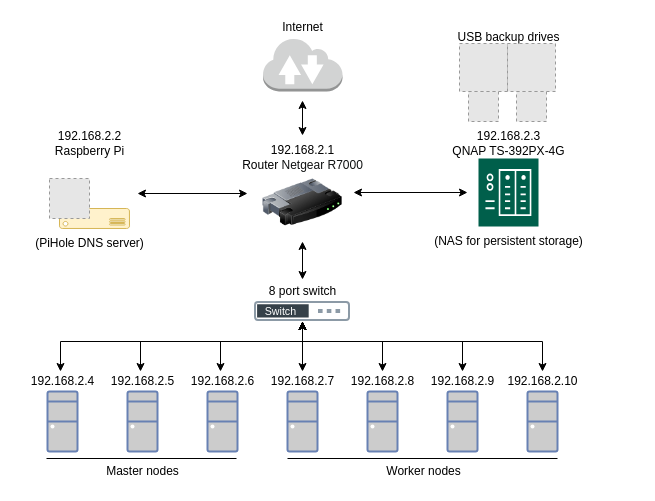
Before: images/source/Infra.drawio in mugartec/Swarm-Adventures, a draw.io diagram. Source tidied: cells renumbered, new cells numbered last; positions are measured from the earlier drawing's top-left corner, leaving out a move shared by most shapes. Both pictures are drawn from the tidied source at 100%, with x=0, y=0 at pixel (22, 17). Pictures stored in the file or linked from it are replaced by grey dashed boxes.
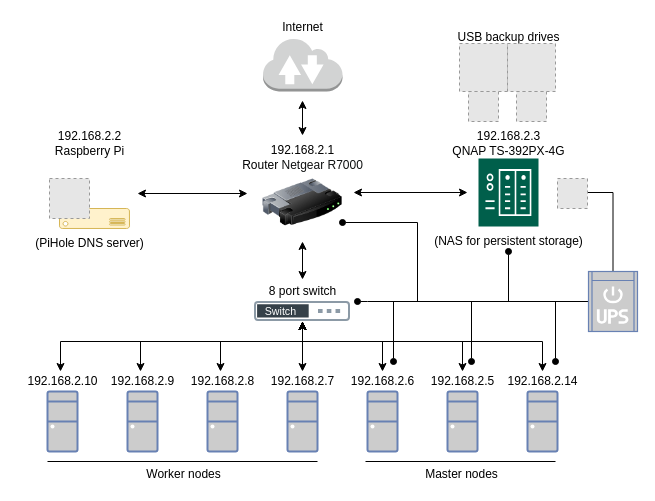
After the change.

Unchanged cells that the change refers to:
```xml
<mxCell id="5" style="image;html=1;image=img/lib/clip_art/networking/Router_128x128.png;fontSize=12;" parent="4" vertex="1">
  <mxGeometry x="30" y="24" width="80" height="80" as="geometry" />
</mxCell>
<mxCell id="18" style="group;" parent="1" vertex="1">
  <mxGeometry x="80" y="354" width="80" height="80" as="geometry" />
</mxCell>
<mxCell id="21" style="group;" parent="1" vertex="1">
  <mxGeometry x="160" y="354" width="80" height="80" as="geometry" />
</mxCell>
<mxCell id="27" style="group;" parent="1" vertex="1">
  <mxGeometry x="320" y="354" width="80" height="80" as="geometry" />
</mxCell>
<mxCell id="34" style="group;" parent="1" vertex="1">
  <mxGeometry x="480" y="354" width="85" height="80" as="geometry" />
</mxCell>
<mxCell id="53" value="(NAS for persistent storage)" style="text;html=1;align=center;verticalAlign=middle;points=[];strokeColor=none;fillColor=none;fontSize=12;" parent="1" vertex="1">
  <mxGeometry x="406" y="214" width="160" height="20" as="geometry" />
</mxCell>
```

Change to the diagram source:
```diff
@@
     <mxCell id="15" style="group;" parent="1" vertex="1">
-      <mxGeometry y="354" width="80" height="80" as="geometry" />
+      <mxGeometry y="354" width="85" height="80" as="geometry" />
     </mxCell>
@@
-    <mxCell id="17" value="192.168.2.4" style="text;html=1;align=center;verticalAlign=middle;points=[];strokeColor=none;fillColor=none;fontSize=12;" parent="15" vertex="1">
-      <mxGeometry width="80" height="20" as="geometry" />
+    <mxCell id="17" value="192.168.2.10" style="text;html=1;align=center;verticalAlign=middle;points=[];strokeColor=none;fillColor=none;fontSize=12;" parent="15" vertex="1">
+      <mxGeometry x="-5" width="90" height="20" as="geometry" />
     </mxCell>
@@
-    <mxCell id="20" value="192.168.2.5" style="text;html=1;align=center;verticalAlign=middle;points=[];strokeColor=none;fillColor=none;fontSize=12;" parent="18" vertex="1">
+    <mxCell id="20" value="192.168.2.9" style="text;html=1;align=center;verticalAlign=middle;points=[];strokeColor=none;fillColor=none;fontSize=12;" parent="18" vertex="1">
       <mxGeometry width="80" height="20" as="geometry" />
     </mxCell>
@@
-    <mxCell id="23" value="192.168.2.6" style="text;html=1;align=center;verticalAlign=middle;points=[];strokeColor=none;fillColor=none;fontSize=12;" parent="21" vertex="1">
+    <mxCell id="23" value="192.168.2.8" style="text;html=1;align=center;verticalAlign=middle;points=[];strokeColor=none;fillColor=none;fontSize=12;" parent="21" vertex="1">
       <mxGeometry width="80" height="20" as="geometry" />
     </mxCell>
@@
-    <mxCell id="29" value="192.168.2.8" style="text;html=1;align=center;verticalAlign=middle;points=[];strokeColor=none;fillColor=none;fontSize=12;" parent="27" vertex="1">
+    <mxCell id="29" value="192.168.2.6" style="text;html=1;align=center;verticalAlign=middle;points=[];strokeColor=none;fillColor=none;fontSize=12;" parent="27" vertex="1">
       <mxGeometry width="80" height="20" as="geometry" />
     </mxCell>
-    <mxCell id="30" style="group;" parent="1" vertex="1">
-      <mxGeometry x="400" y="354" width="80" height="80" as="geometry" />
-    </mxCell>
-    <mxCell id="31" style="fontColor=#0066CC;verticalAlign=top;verticalLabelPosition=bottom;labelPosition=center;align=center;html=1;fillColor=#CCCCCC;strokeColor=#6881B3;gradientColor=none;gradientDirection=north;strokeWidth=2;shape=mxgraph.networks.desktop_pc;fontSize=12;" parent="30" vertex="1">
-      <mxGeometry x="25" y="20" width="30" height="60" as="geometry" />
-    </mxCell>
-    <mxCell id="32" value="192.168.2.9" style="text;html=1;align=center;verticalAlign=middle;points=[];strokeColor=none;fillColor=none;fontSize=12;" parent="30" vertex="1">
-      <mxGeometry width="80" height="20" as="geometry" />
-    </mxCell>
-    <mxCell id="33" style="endArrow=none;html=1;rounded=0;fontSize=12;" parent="30" edge="1">
-      <mxGeometry relative="1" as="geometry">
-        <mxPoint x="-135" y="87" as="sourcePoint" />
-        <mxPoint x="135" y="87" as="targetPoint" />
-      </mxGeometry>
-    </mxCell>
@@
-    <mxCell id="36" value="192.168.2.10" style="text;html=1;align=center;verticalAlign=middle;points=[];strokeColor=none;fillColor=none;fontSize=12;" parent="34" vertex="1">
+    <mxCell id="36" value="192.168.2.14" style="text;html=1;align=center;verticalAlign=middle;points=[];strokeColor=none;fillColor=none;fontSize=12;" parent="34" vertex="1">
       <mxGeometry x="-5" width="90" height="20" as="geometry" />
     </mxCell>
@@
-    <mxCell id="47" style="endArrow=none;html=1;rounded=0;fontSize=12;" parent="1" edge="1">
-      <mxGeometry relative="1" as="geometry">
-        <mxPoint x="24" y="441" as="sourcePoint" />
-        <mxPoint x="214" y="441" as="targetPoint" />
-      </mxGeometry>
-    </mxCell>
-    <mxCell id="48" value="Master nodes" style="text;html=1;align=center;verticalAlign=middle;strokeColor=none;fillColor=none;fontSize=12;" parent="1" vertex="1">
-      <mxGeometry x="75" y="444" width="90" height="20" as="geometry" />
-    </mxCell>
-    <mxCell id="49" value="Worker nodes" style="text;html=1;align=center;verticalAlign=middle;strokeColor=none;fillColor=none;fontSize=12;" parent="1" vertex="1">
-      <mxGeometry x="356" y="444" width="90" height="20" as="geometry" />
-    </mxCell>
@@
+    <mxCell id="60" style="edgeStyle=orthogonalEdgeStyle;rounded=0;jettySize=auto;html=1;fontSize=12;startArrow=none;startFill=0;endArrow=oval;endFill=1;" parent="1" edge="1" source="67" target="53">
+      <mxGeometry relative="1" as="geometry">
+        <Array as="points">
+          <mxPoint x="486" y="284" />
+        </Array>
+      </mxGeometry>
+    </mxCell>
+    <mxCell id="61" style="edgeStyle=orthogonalEdgeStyle;rounded=0;jettySize=auto;html=1;entryX=1;entryY=0.75;entryDx=0;entryDy=0;fontSize=12;startArrow=none;startFill=0;endArrow=oval;endFill=1;" parent="1" edge="1" source="67" target="5">
+      <mxGeometry relative="1" as="geometry">
+        <Array as="points">
+          <mxPoint x="395" y="284" />
+          <mxPoint x="395" y="205" />
+        </Array>
+      </mxGeometry>
+    </mxCell>
+    <mxCell id="62" style="edgeStyle=orthogonalEdgeStyle;rounded=0;jettySize=auto;html=1;fontSize=12;startArrow=none;startFill=0;endArrow=oval;endFill=1;" parent="1" edge="1" source="67">
+      <mxGeometry relative="1" as="geometry">
+        <mxPoint x="335" y="284" as="targetPoint" />
+        <Array as="points">
+          <mxPoint x="345" y="284" />
+        </Array>
+      </mxGeometry>
+    </mxCell>
+    <mxCell id="63" style="edgeStyle=orthogonalEdgeStyle;rounded=0;jettySize=auto;html=1;fontSize=12;startArrow=none;startFill=0;endArrow=oval;endFill=1;" parent="1" edge="1" source="67">
+      <mxGeometry relative="1" as="geometry">
+        <mxPoint x="533" y="344" as="targetPoint" />
+        <Array as="points">
+          <mxPoint x="533" y="284" />
+        </Array>
+      </mxGeometry>
+    </mxCell>
+    <mxCell id="64" style="edgeStyle=orthogonalEdgeStyle;rounded=0;jettySize=auto;html=1;fontSize=12;startArrow=none;startFill=0;endArrow=oval;endFill=1;" parent="1" edge="1" source="67">
+      <mxGeometry relative="1" as="geometry">
+        <mxPoint x="449" y="344" as="targetPoint" />
+        <Array as="points">
+          <mxPoint x="449" y="284" />
+        </Array>
+      </mxGeometry>
+    </mxCell>
+    <mxCell id="65" style="edgeStyle=orthogonalEdgeStyle;rounded=0;jettySize=auto;html=1;fontSize=12;startArrow=none;startFill=0;endArrow=oval;endFill=1;" parent="1" edge="1" source="67">
+      <mxGeometry relative="1" as="geometry">
+        <mxPoint x="371" y="344" as="targetPoint" />
+        <Array as="points">
+          <mxPoint x="371" y="284" />
+        </Array>
+      </mxGeometry>
+    </mxCell>
+    <mxCell id="66" style="edgeStyle=orthogonalEdgeStyle;rounded=0;jettySize=auto;html=1;fontSize=12;startArrow=none;startFill=0;endArrow=none;endFill=0;" parent="1" edge="1" source="67">
+      <mxGeometry relative="1" as="geometry">
+        <mxPoint x="565" y="175" as="targetPoint" />
+        <Array as="points">
+          <mxPoint x="591" y="175" />
+        </Array>
+      </mxGeometry>
+    </mxCell>
+    <mxCell id="67" style="fontColor=#0066CC;verticalAlign=top;verticalLabelPosition=bottom;labelPosition=center;align=center;html=1;outlineConnect=0;fillColor=#CCCCCC;strokeColor=#6881B3;gradientColor=none;gradientDirection=north;strokeWidth=2;shape=mxgraph.networks.ups_small;fontSize=12;" parent="1" vertex="1">
+      <mxGeometry x="566" y="254" width="49" height="60" as="geometry" />
+    </mxCell>
+    <mxCell id="68" style="group;" parent="1" vertex="1">
+      <mxGeometry x="343" y="444" width="190" height="23" as="geometry" />
+    </mxCell>
+    <mxCell id="47" style="endArrow=none;html=1;rounded=0;fontSize=12;" parent="68" edge="1">
+      <mxGeometry relative="1" as="geometry">
+        <mxPoint as="sourcePoint" />
+        <mxPoint x="190" as="targetPoint" />
+      </mxGeometry>
+    </mxCell>
+    <mxCell id="48" value="Master nodes" style="text;html=1;align=center;verticalAlign=middle;strokeColor=none;fillColor=none;fontSize=12;" parent="68" vertex="1">
+      <mxGeometry x="51" y="3" width="90" height="20" as="geometry" />
+    </mxCell>
+    <mxCell id="31" style="fontColor=#0066CC;verticalAlign=top;verticalLabelPosition=bottom;labelPosition=center;align=center;html=1;fillColor=#CCCCCC;strokeColor=#6881B3;gradientColor=none;gradientDirection=north;strokeWidth=2;shape=mxgraph.networks.desktop_pc;fontSize=12;" parent="1" vertex="1">
+      <mxGeometry x="425" y="374" width="30" height="60" as="geometry" />
+    </mxCell>
+    <mxCell id="32" value="192.168.2.5" style="text;html=1;align=center;verticalAlign=middle;points=[];strokeColor=none;fillColor=none;fontSize=12;" parent="1" vertex="1">
+      <mxGeometry x="400" y="354" width="80" height="20" as="geometry" />
+    </mxCell>
+    <mxCell id="69" style="group;" parent="1" vertex="1">
+      <mxGeometry x="25" y="444" width="270" height="23" as="geometry" />
+    </mxCell>
+    <mxCell id="49" value="Worker nodes" style="text;html=1;align=center;verticalAlign=middle;strokeColor=none;fillColor=none;fontSize=12;" parent="69" vertex="1">
+      <mxGeometry x="91" y="3" width="90" height="20" as="geometry" />
+    </mxCell>
+    <mxCell id="33" style="endArrow=none;html=1;rounded=0;fontSize=12;" parent="69" edge="1">
+      <mxGeometry relative="1" as="geometry">
+        <mxPoint as="sourcePoint" />
+        <mxPoint x="270" as="targetPoint" />
+      </mxGeometry>
+    </mxCell>
+    <mxCell id="70" style="fillColor=#E6E6E6;strokeColor=#999999;dashed=1;html=1;verticalAlign=top;verticalLabelPosition=bottom;labelBackgroundColor=#ffffff;fontSize=12;rotation=-90;" parent="1" vertex="1">
+      <mxGeometry x="535" y="161" width="30" height="30" as="geometry" />
+    </mxCell>
```
